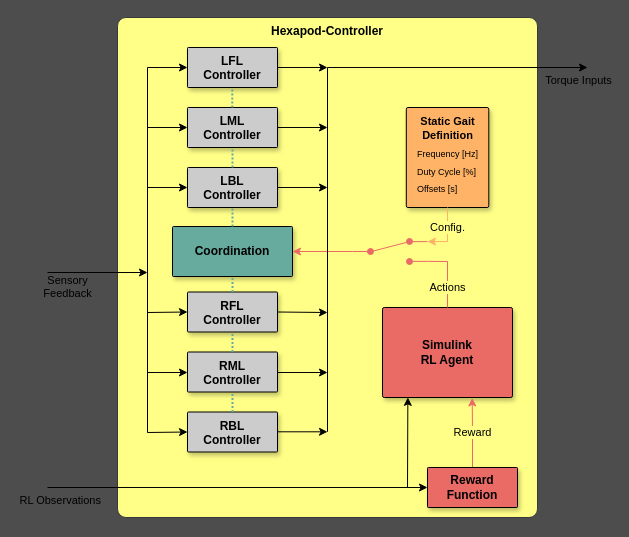
Earlier version of the draw.io diagram documents/images/diagrams/HexapodController.drawio (bastianklein612/Bachelor-Thesis). Source tidied: cells renumbered, new cells numbered last; positions are measured from the earlier drawing's top-left corner, leaving out a move shared by most shapes. Both pictures are drawn from the tidied source at 100%, with x=0, y=0 at pixel (47, 17).
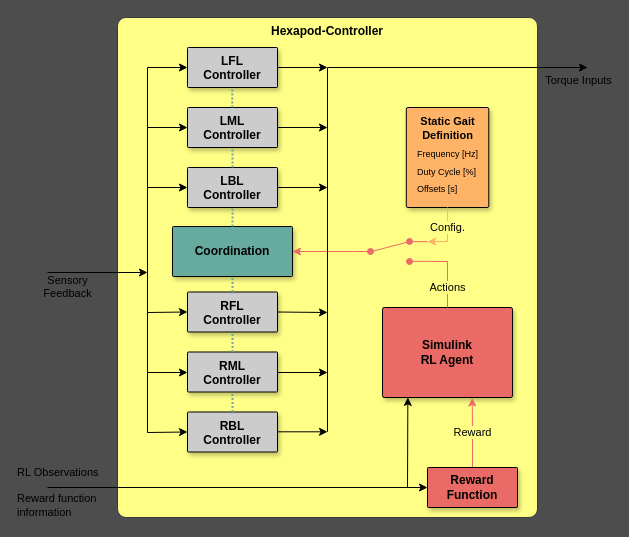
Above is the later version.

The change refers to these unchanged cells:
```xml
<mxCell id="5" value="Reward Function" style="rounded=1;whiteSpace=wrap;html=1;align=center;verticalAlign=middle;arcSize=2;fontStyle=1;fillColor=#EA6B66;fontColor=#000000;strokeColor=#000000;glass=0;shadow=1;" parent="1" vertex="1">
  <mxGeometry x="380" y="450" width="90" height="40" as="geometry" />
</mxCell>
```

The edit, as a diff of the source:
```diff
@@
-    <mxCell id="7" value="RL Observations" style="endArrow=classic;html=1;rounded=0;entryX=0;entryY=0.5;entryDx=0;entryDy=0;verticalAlign=top;align=right;shadow=0;fontColor=#000000;labelBackgroundColor=none;strokeColor=#000000;" parent="1" edge="1" target="5">
-      <mxGeometry x="-0.71" relative="1" as="geometry">
+    <mxCell id="7" value="RL Observations&lt;br&gt;&amp;nbsp;&lt;br&gt;Reward function&lt;br&gt;information&amp;nbsp;" style="endArrow=classic;html=1;rounded=0;entryX=0;entryY=0.5;entryDx=0;entryDy=0;verticalAlign=top;align=left;shadow=0;fontColor=#000000;labelBackgroundColor=none;strokeColor=#000000;" parent="1" edge="1" target="5">
+      <mxGeometry x="-1" y="43" relative="1" as="geometry">
         <mxPoint y="470" as="sourcePoint" />
+        <mxPoint x="-32" y="15" as="offset" />
       </mxGeometry>
     </mxCell>
```
